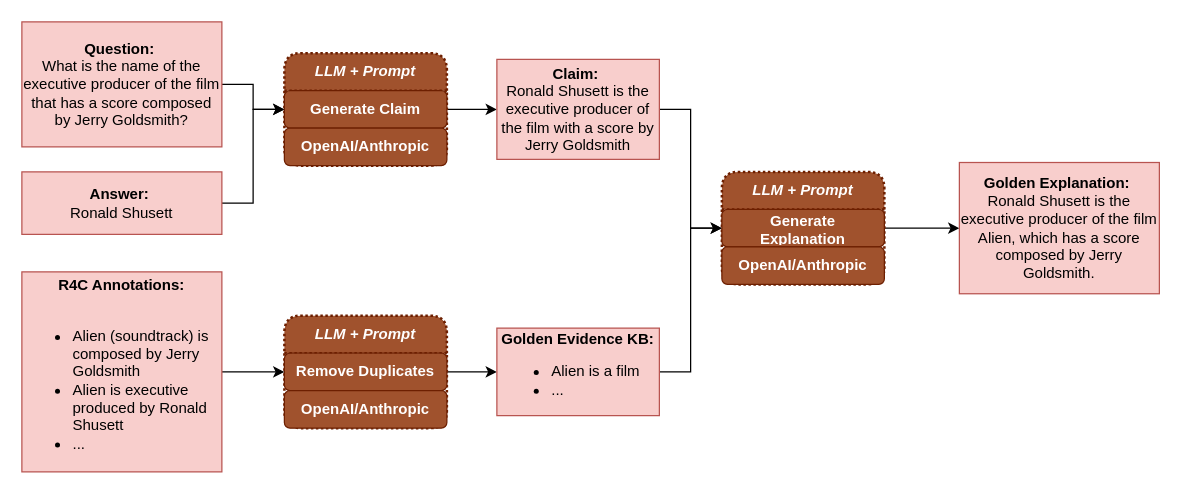
rk-izak/DATA72000-IBE keeps this draw.io diagram as figures/architectures/templates/r4c.drawio. Above is the earlier version. Source tidied: cells renumbered, new cells numbered last; positions are measured from the earlier drawing's top-left corner, leaving out a move shared by most shapes. Both pictures are drawn from the tidied source at 125%, with x=0, y=0 at pixel (21, 21).
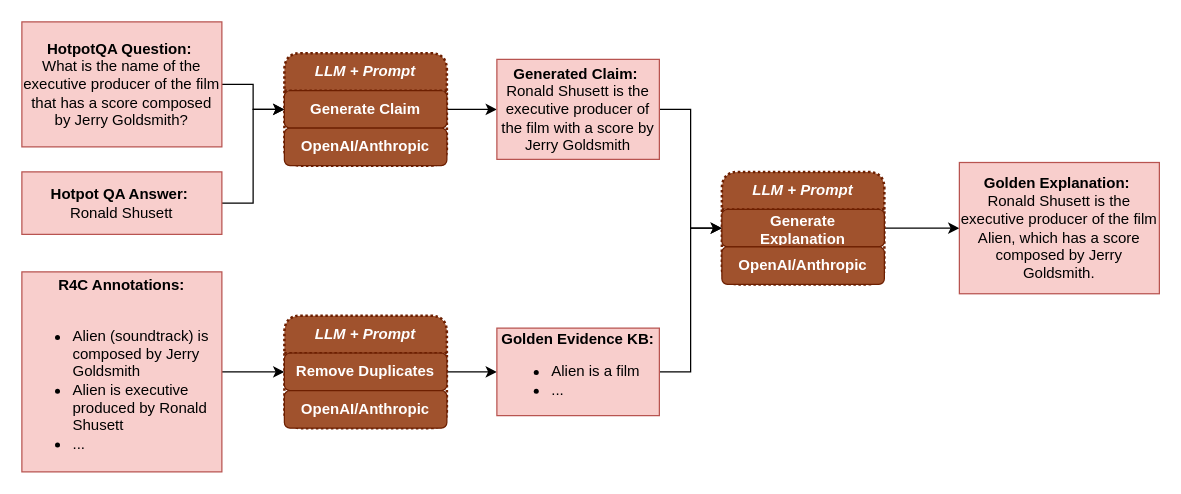
The same page after the edit.

Change to the diagram source:
```diff
@@
-    <mxCell id="3" value="&lt;b&gt;Question:&amp;nbsp;&lt;/b&gt;&lt;div&gt;What is the name of the executive producer of the film that has a score composed by Jerry Goldsmith?&lt;/div&gt;" style="rounded=0;whiteSpace=wrap;html=1;fillColor=#f8cecc;strokeColor=#b85450;" parent="1" vertex="1">
+    <mxCell id="3" value="&lt;b&gt;HotpotQA Question:&amp;nbsp;&lt;/b&gt;&lt;div&gt;What is the name of the executive producer of the film that has a score composed by Jerry Goldsmith?&lt;/div&gt;" style="rounded=0;whiteSpace=wrap;html=1;fillColor=#f8cecc;strokeColor=#b85450;" parent="1" vertex="1">
       <mxGeometry width="160" height="100" as="geometry" />
     </mxCell>
@@
-    <mxCell id="5" value="&lt;b&gt;Answer:&amp;nbsp;&lt;/b&gt;&lt;div&gt;Ronald Shusett&lt;/div&gt;" style="rounded=0;whiteSpace=wrap;html=1;fillColor=#f8cecc;strokeColor=#b85450;" parent="1" vertex="1">
+    <mxCell id="5" value="&lt;b&gt;Hotpot QA Answer:&amp;nbsp;&lt;/b&gt;&lt;div&gt;Ronald Shusett&lt;/div&gt;" style="rounded=0;whiteSpace=wrap;html=1;fillColor=#f8cecc;strokeColor=#b85450;" parent="1" vertex="1">
       <mxGeometry y="120" width="160" height="50" as="geometry" />
     </mxCell>
@@
-    <mxCell id="11" value="&lt;b&gt;Claim:&amp;nbsp;&lt;/b&gt;&lt;div&gt;Ronald Shusett is the executive producer of the film with a score by Jerry Goldsmith&lt;/div&gt;" style="rounded=0;whiteSpace=wrap;html=1;fillColor=#f8cecc;strokeColor=#b85450;" parent="1" vertex="1">
+    <mxCell id="11" value="&lt;b&gt;Generated Claim:&amp;nbsp;&lt;/b&gt;&lt;div&gt;Ronald Shusett is the executive producer of the film with a score by Jerry Goldsmith&lt;/div&gt;" style="rounded=0;whiteSpace=wrap;html=1;fillColor=#f8cecc;strokeColor=#b85450;" parent="1" vertex="1">
       <mxGeometry x="380" y="30" width="130" height="80" as="geometry" />
     </mxCell>
```
